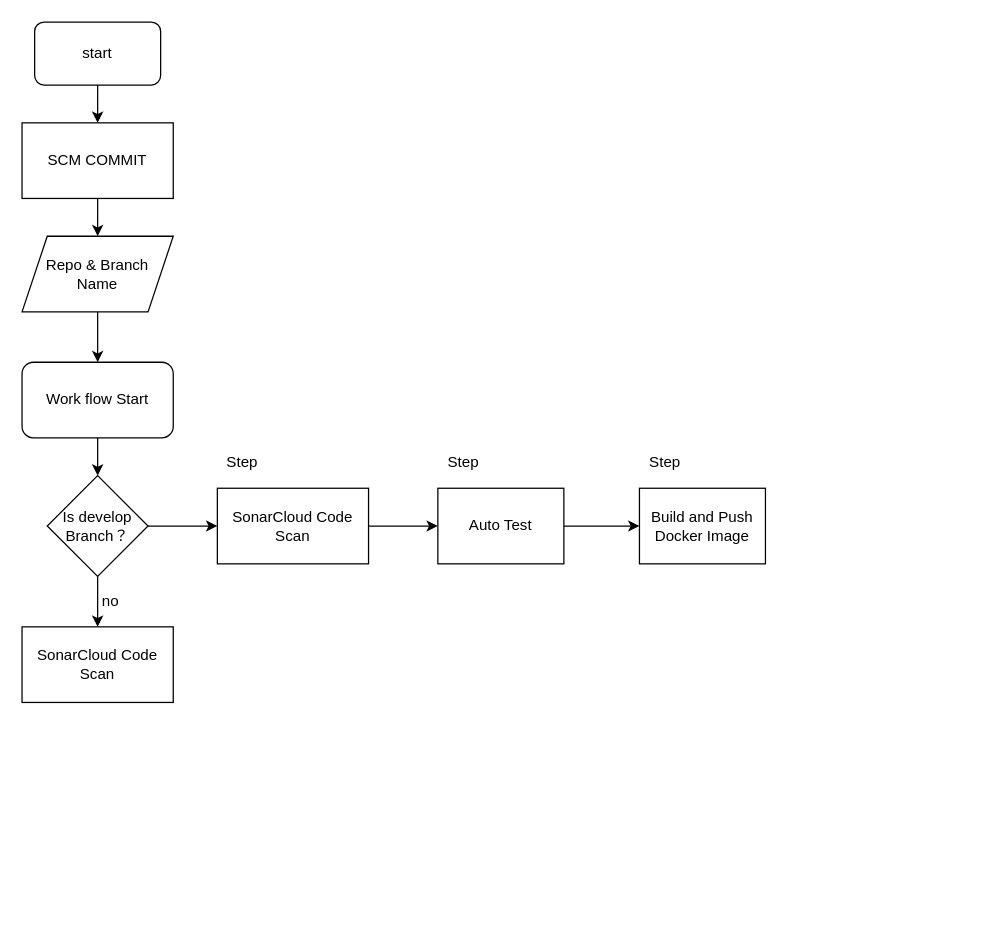
Before: Untitled Diagram.drawio in tinson28/devops-web, a draw.io diagram. Source tidied: cells renumbered, new cells numbered last; positions are measured from the earlier drawing's top-left corner, leaving out a move shared by most shapes. Both pictures are drawn from the tidied source at 126%, with x=0, y=0 at pixel (21, 21).
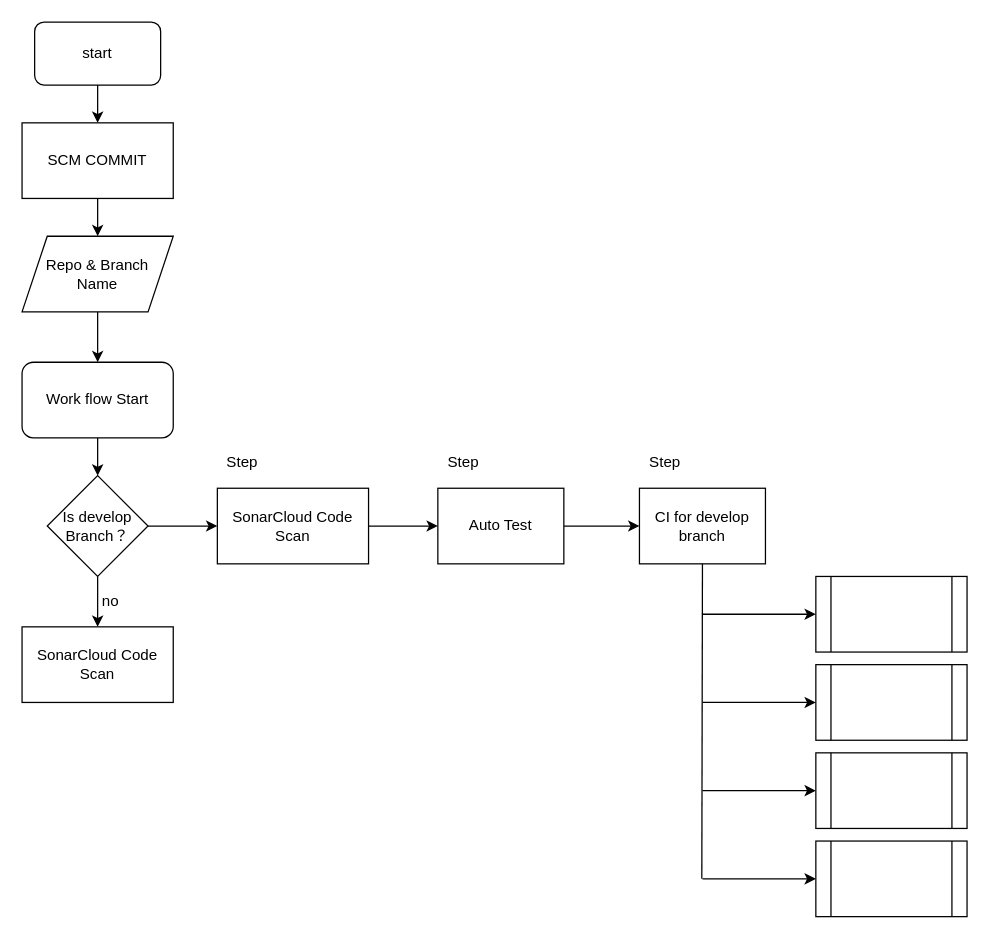
The same diagram, later.

What changed in the source:
```diff
@@
-    <mxCell id="21" value="Build and Push Docker Image" style="whiteSpace=wrap;html=1;rounded=0;" parent="1" vertex="1">
+    <mxCell id="21" value="CI for develop branch" style="whiteSpace=wrap;html=1;rounded=0;" parent="1" vertex="1">
       <mxGeometry x="490" y="370" width="100" height="60" as="geometry" />
     </mxCell>
@@
+    <mxCell id="23" style="endArrow=none;html=1;entryX=0.5;entryY=1;entryDx=0;entryDy=0;" parent="1" edge="1" target="21">
+      <mxGeometry relative="1" as="geometry">
+        <mxPoint x="539.5" y="680" as="sourcePoint" />
+      </mxGeometry>
+    </mxCell>
+    <mxCell id="24" style="endArrow=classic;html=1;" parent="1" edge="1">
+      <mxGeometry relative="1" as="geometry">
+        <mxPoint x="540" y="470" as="sourcePoint" />
+        <mxPoint x="630" y="470" as="targetPoint" />
+      </mxGeometry>
+    </mxCell>
+    <mxCell id="25" style="endArrow=classic;html=1;" parent="1" edge="1">
+      <mxGeometry relative="1" as="geometry">
+        <mxPoint x="540" y="540" as="sourcePoint" />
+        <mxPoint x="630" y="540" as="targetPoint" />
+      </mxGeometry>
+    </mxCell>
+    <mxCell id="26" style="endArrow=classic;html=1;" parent="1" edge="1">
+      <mxGeometry relative="1" as="geometry">
+        <mxPoint x="540" y="610" as="sourcePoint" />
+        <mxPoint x="630" y="610" as="targetPoint" />
+      </mxGeometry>
+    </mxCell>
+    <mxCell id="27" style="shape=process;whiteSpace=wrap;html=1;backgroundOutline=1;" parent="1" vertex="1">
+      <mxGeometry x="630" y="440" width="120" height="60" as="geometry" />
+    </mxCell>
+    <mxCell id="28" style="shape=process;whiteSpace=wrap;html=1;backgroundOutline=1;" parent="1" vertex="1">
+      <mxGeometry x="630" y="510" width="120" height="60" as="geometry" />
+    </mxCell>
+    <mxCell id="29" style="shape=process;whiteSpace=wrap;html=1;backgroundOutline=1;" parent="1" vertex="1">
+      <mxGeometry x="630" y="580" width="120" height="60" as="geometry" />
+    </mxCell>
+    <mxCell id="30" style="endArrow=classic;html=1;" parent="1" edge="1">
+      <mxGeometry relative="1" as="geometry">
+        <mxPoint x="540" y="680" as="sourcePoint" />
+        <mxPoint x="630" y="680" as="targetPoint" />
+      </mxGeometry>
+    </mxCell>
+    <mxCell id="31" style="shape=process;whiteSpace=wrap;html=1;backgroundOutline=1;" parent="1" vertex="1">
+      <mxGeometry x="630" y="650" width="120" height="60" as="geometry" />
+    </mxCell>
```
